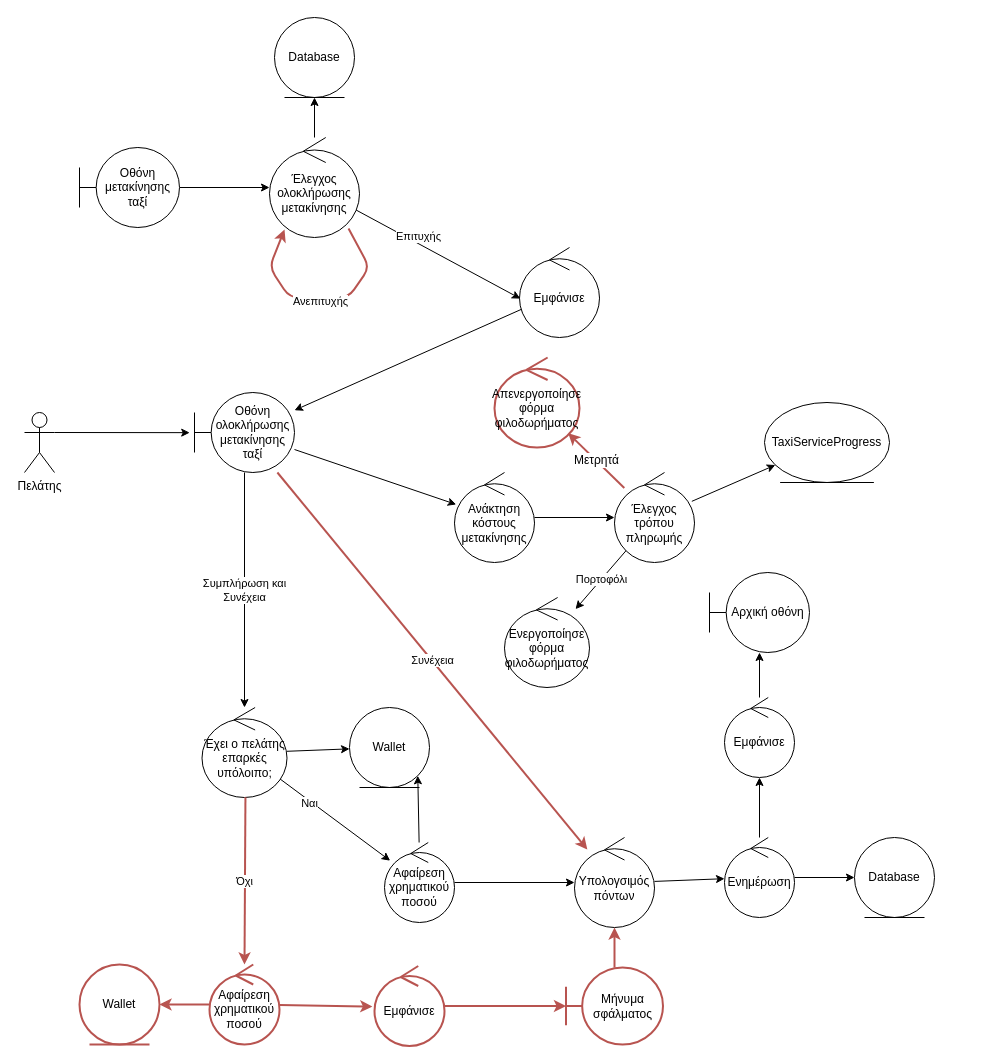
Before: Part_2/Robustness/diagrams/15_Αποβίβαση_ταξί.drawio in Nikolis2002/texnoligia_logismikou, a draw.io diagram. Source tidied: cells renumbered, new cells numbered last; positions are measured from the earlier drawing's top-left corner, leaving out a move shared by most shapes. Both pictures are drawn from the tidied source at 100%, with x=0, y=0 at pixel (24, 17).
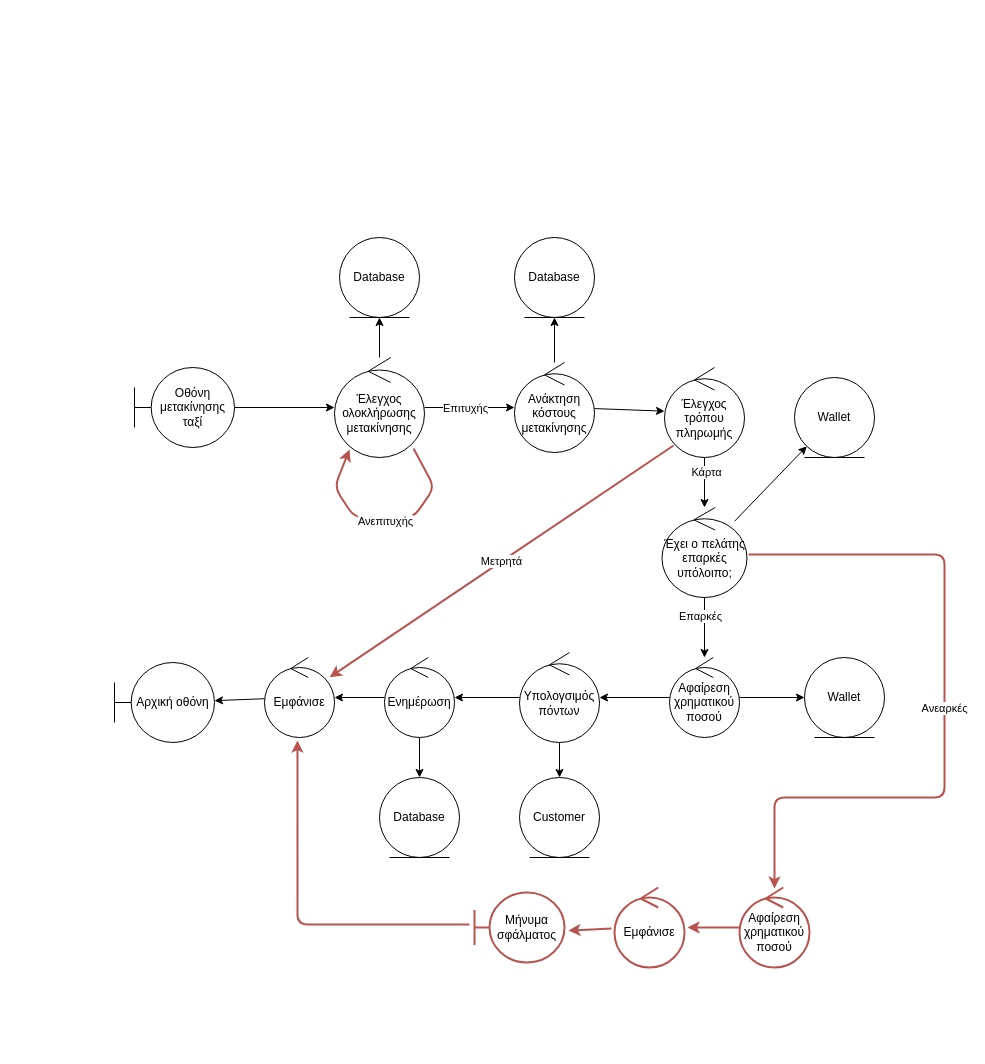
The same diagram, later.

The change refers to these unchanged cells:
```xml
<mxCell id="16" style="edgeStyle=none;html=1;" parent="1" edge="1" source="18" target="22">
  <mxGeometry relative="1" as="geometry" />
</mxCell>
```

What changed in the source:
```diff
@@
     <mxCell id="3" value="Οθόνη μετακίνησης&lt;br&gt;ταξί" style="shape=umlBoundary;whiteSpace=wrap;html=1;" parent="1" vertex="1">
-      <mxGeometry x="55" y="130" width="100" height="80" as="geometry" />
+      <mxGeometry x="110" y="350" width="100" height="80" as="geometry" />
     </mxCell>
@@
-    <mxCell id="5" style="edgeStyle=none;html=1;entryX=0.011;entryY=0.568;entryDx=0;entryDy=0;entryPerimeter=0;" parent="1" edge="1" source="7" target="49">
+    <mxCell id="5" style="edgeStyle=none;html=1;" parent="1" edge="1" source="7" target="10">
       <mxGeometry relative="1" as="geometry" />
     </mxCell>
@@
     <mxCell id="7" value="Έλεγχος ολοκλήρωσης μετακίνησης" style="ellipse;shape=umlControl;whiteSpace=wrap;html=1;" parent="1" vertex="1">
-      <mxGeometry x="245" y="120" width="90" height="100" as="geometry" />
+      <mxGeometry x="310" y="340" width="90" height="100" as="geometry" />
     </mxCell>
     <mxCell id="8" value="Database" style="ellipse;shape=umlEntity;whiteSpace=wrap;html=1;" parent="1" vertex="1">
-      <mxGeometry x="250" width="80" height="80" as="geometry" />
+      <mxGeometry x="315" y="220" width="80" height="80" as="geometry" />
     </mxCell>
+    <mxCell id="54" style="edgeStyle=none;html=1;" parent="1" edge="1" source="10" target="55">
+      <mxGeometry relative="1" as="geometry" />
+    </mxCell>
@@
     <mxCell id="10" value="Ανάκτηση κόστους μετακίνησης" style="ellipse;shape=umlControl;whiteSpace=wrap;html=1;" parent="1" vertex="1">
-      <mxGeometry x="430" y="455" width="80" height="90" as="geometry" />
+      <mxGeometry x="490" y="345" width="80" height="90" as="geometry" />
     </mxCell>
-    <mxCell id="11" value="Πορτοφόλι" style="edgeStyle=none;html=1;" parent="1" edge="1" source="14" target="42">
-      <mxGeometry relative="1" as="geometry" />
-    </mxCell>
-    <mxCell id="12" value="Μετρητά" style="edgeStyle=none;html=1;fontSize=12;fillColor=default;strokeColor=#B85450;strokeWidth=2;" parent="1" edge="1" source="14" target="53">
-      <mxGeometry relative="1" as="geometry" />
-    </mxCell>
-    <mxCell id="13" style="edgeStyle=none;html=1;" parent="1" edge="1" source="14" target="47">
-      <mxGeometry relative="1" as="geometry" />
-    </mxCell>
+    <mxCell id="55" value="Database" style="ellipse;shape=umlEntity;whiteSpace=wrap;html=1;" parent="1" vertex="1">
+      <mxGeometry x="490" y="220" width="80" height="80" as="geometry" />
+    </mxCell>
+    <mxCell id="56" style="edgeStyle=none;html=1;" parent="1" edge="1" source="14" target="18">
+      <mxGeometry relative="1" as="geometry" />
+    </mxCell>
+    <mxCell id="57" value="Κάρτα" style="edgeLabel;html=1;align=center;verticalAlign=middle;" parent="56" vertex="1">
+      <mxGeometry x="-0.44" y="1" relative="1" as="geometry" />
+    </mxCell>
     <mxCell id="14" value="Έλεγχος τρόπου πληρωμής" style="ellipse;shape=umlControl;whiteSpace=wrap;html=1;" parent="1" vertex="1">
-      <mxGeometry x="590" y="455" width="80" height="90" as="geometry" />
+      <mxGeometry x="640" y="350" width="80" height="90" as="geometry" />
     </mxCell>
@@
-    <mxCell id="17" value="Ναι" style="edgeLabel;html=1;align=center;verticalAlign=middle;" parent="16" vertex="1">
+    <mxCell id="17" value="Επαρκές" style="edgeLabel;html=1;align=center;verticalAlign=middle;" parent="16" vertex="1">
       <mxGeometry x="-0.36" y="1" relative="1" as="geometry">
         <mxPoint x="-6" y="-1" as="offset" />
       </mxGeometry>
     </mxCell>
     <mxCell id="18" value="Έχει ο πελάτης επαρκές υπόλοιπο;" style="ellipse;shape=umlControl;whiteSpace=wrap;html=1;" parent="1" vertex="1">
-      <mxGeometry x="177.5" y="690" width="85" height="90" as="geometry" />
+      <mxGeometry x="637.5" y="490" width="85" height="90" as="geometry" />
     </mxCell>
     <mxCell id="19" value="Wallet" style="ellipse;shape=umlEntity;whiteSpace=wrap;html=1;" parent="1" vertex="1">
-      <mxGeometry x="325" y="690" width="80" height="80" as="geometry" />
+      <mxGeometry x="770" y="360" width="80" height="80" as="geometry" />
     </mxCell>
+    <mxCell id="58" style="edgeStyle=none;html=1;" parent="1" edge="1" source="22" target="46">
+      <mxGeometry relative="1" as="geometry" />
+    </mxCell>
@@
-    <mxCell id="21" style="edgeStyle=none;html=1;entryX=1;entryY=1;entryDx=0;entryDy=0;" parent="1" edge="1" source="22" target="19">
-      <mxGeometry relative="1" as="geometry" />
-    </mxCell>
     <mxCell id="22" value="Αφαίρεση χρηματικού ποσού" style="ellipse;shape=umlControl;whiteSpace=wrap;html=1;" parent="1" vertex="1">
-      <mxGeometry x="360" y="825" width="70" height="80" as="geometry" />
+      <mxGeometry x="645" y="640" width="70" height="80" as="geometry" />
     </mxCell>
+    <mxCell id="46" value="Wallet" style="ellipse;shape=umlEntity;whiteSpace=wrap;html=1;" parent="1" vertex="1">
+      <mxGeometry x="780" y="640" width="80" height="80" as="geometry" />
+    </mxCell>
+    <mxCell id="59" style="edgeStyle=none;html=1;" parent="1" edge="1" source="24" target="60">
+      <mxGeometry relative="1" as="geometry" />
+    </mxCell>
@@
     <mxCell id="24" value="Υπολογσιμός πόντων" style="ellipse;shape=umlControl;whiteSpace=wrap;html=1;" parent="1" vertex="1">
-      <mxGeometry x="550" y="820" width="80" height="90" as="geometry" />
+      <mxGeometry x="495" y="635" width="80" height="90" as="geometry" />
     </mxCell>
+    <mxCell id="60" value="Customer" style="ellipse;shape=umlEntity;whiteSpace=wrap;html=1;" parent="1" vertex="1">
+      <mxGeometry x="495" y="760" width="80" height="80" as="geometry" />
+    </mxCell>
@@
     <mxCell id="27" value="Ενημέρωση" style="ellipse;shape=umlControl;whiteSpace=wrap;html=1;" parent="1" vertex="1">
-      <mxGeometry x="700" y="820" width="70" height="80" as="geometry" />
+      <mxGeometry x="360" y="640" width="70" height="80" as="geometry" />
     </mxCell>
     <mxCell id="28" value="Database" style="ellipse;shape=umlEntity;whiteSpace=wrap;html=1;" parent="1" vertex="1">
-      <mxGeometry x="830" y="820" width="80" height="80" as="geometry" />
+      <mxGeometry x="355" y="760" width="80" height="80" as="geometry" />
     </mxCell>
@@
     <mxCell id="30" value="Εμφάνισε" style="ellipse;shape=umlControl;whiteSpace=wrap;html=1;" parent="1" vertex="1">
-      <mxGeometry x="700" y="680" width="70" height="80" as="geometry" />
+      <mxGeometry x="240" y="640" width="70" height="80" as="geometry" />
     </mxCell>
     <mxCell id="31" value="Αρχική οθόνη" style="shape=umlBoundary;whiteSpace=wrap;html=1;" parent="1" vertex="1">
-      <mxGeometry x="685" y="555" width="100" height="80" as="geometry" />
+      <mxGeometry x="90" y="645" width="100" height="80" as="geometry" />
     </mxCell>
     <mxCell id="32" style="edgeStyle=none;html=1;entryX=0.167;entryY=0.92;entryDx=0;entryDy=0;entryPerimeter=0;exitX=0.878;exitY=0.91;exitDx=0;exitDy=0;exitPerimeter=0;strokeColor=#b85450;fillColor=#f8cecc;strokeWidth=2;" parent="1" edge="1" source="7" target="7">
       <mxGeometry relative="1" as="geometry">
         <Array as="points">
-          <mxPoint x="345" y="250" />
-          <mxPoint x="324" y="280" />
-          <mxPoint x="265" y="280" />
-          <mxPoint x="245" y="250" />
+          <mxPoint x="410" y="470" />
+          <mxPoint x="389" y="500" />
+          <mxPoint x="330" y="500" />
+          <mxPoint x="310" y="470" />
         </Array>
       </mxGeometry>
     </mxCell>
@@
+    <mxCell id="12" value="Μετρητά" style="edgeStyle=none;html=1;fillColor=#f8cecc;strokeColor=#b85450;strokeWidth=2;exitX=0.113;exitY=0.867;exitDx=0;exitDy=0;exitPerimeter=0;" parent="1" edge="1" source="14" target="30">
+      <mxGeometry relative="1" as="geometry" />
+    </mxCell>
+    <mxCell id="61" value="Ανεαρκές" style="edgeStyle=none;html=1;fillColor=#f8cecc;strokeColor=#b85450;strokeWidth=2;exitX=1.018;exitY=0.522;exitDx=0;exitDy=0;exitPerimeter=0;entryX=0.5;entryY=0.013;entryDx=0;entryDy=0;entryPerimeter=0;" parent="1" edge="1" source="18" target="36">
+      <mxGeometry relative="1" as="geometry">
+        <Array as="points">
+          <mxPoint x="920" y="537" />
+          <mxPoint x="920" y="780" />
+          <mxPoint x="750" y="780" />
+        </Array>
+      </mxGeometry>
+    </mxCell>
-    <mxCell id="34" style="edgeStyle=none;html=1;strokeColor=#B85450;strokeWidth=2;entryX=-0.031;entryY=0.507;entryDx=0;entryDy=0;entryPerimeter=0;" parent="1" edge="1" source="36" target="41">
+    <mxCell id="34" style="edgeStyle=none;html=1;entryX=1.043;entryY=0.5;entryDx=0;entryDy=0;entryPerimeter=0;strokeColor=#B85450;strokeWidth=2;" parent="1" edge="1" source="36" target="41">
       <mxGeometry relative="1" as="geometry" />
     </mxCell>
-    <mxCell id="35" style="edgeStyle=none;html=1;fontSize=12;fillColor=default;strokeColor=#B85450;strokeWidth=2;" parent="1" edge="1" source="36" target="46">
-      <mxGeometry relative="1" as="geometry" />
-    </mxCell>
     <mxCell id="36" value="Αφαίρεση χρηματικού ποσού" style="ellipse;shape=umlControl;whiteSpace=wrap;html=1;strokeColor=#B85450;strokeWidth=2;" parent="1" vertex="1">
-      <mxGeometry x="185" y="947" width="70" height="80" as="geometry" />
+      <mxGeometry x="715" y="870" width="70" height="80" as="geometry" />
     </mxCell>
+    <mxCell id="39" value="Μήνυμα σφάλματος" style="shape=umlBoundary;whiteSpace=wrap;html=1;fillColor=none;strokeColor=#b85450;strokeWidth=2;" parent="1" vertex="1">
+      <mxGeometry x="450" y="875" width="90" height="70" as="geometry" />
+    </mxCell>
+    <mxCell id="41" value="Εμφάνισε" style="ellipse;shape=umlControl;whiteSpace=wrap;html=1;strokeColor=#B85450;strokeWidth=2;" parent="1" vertex="1">
+      <mxGeometry x="590" y="870" width="70" height="80" as="geometry" />
+    </mxCell>
+    <mxCell id="40" style="edgeStyle=none;html=1;entryX=1.044;entryY=0.543;entryDx=0;entryDy=0;entryPerimeter=0;strokeColor=#B85450;strokeWidth=2;exitX=-0.043;exitY=0.513;exitDx=0;exitDy=0;exitPerimeter=0;" parent="1" edge="1" source="41" target="39">
+      <mxGeometry relative="1" as="geometry" />
+    </mxCell>
-    <mxCell id="37" value="Όχι" style="edgeStyle=none;html=1;strokeColor=#B85450;strokeWidth=2;exitX=0.511;exitY=0.997;exitDx=0;exitDy=0;exitPerimeter=0;" parent="1" edge="1" source="18" target="36">
-      <mxGeometry relative="1" as="geometry" />
+    <mxCell id="37" style="edgeStyle=none;html=1;entryX=0.471;entryY=1.038;entryDx=0;entryDy=0;entryPerimeter=0;strokeColor=#B85450;strokeWidth=2;exitX=-0.056;exitY=0.457;exitDx=0;exitDy=0;exitPerimeter=0;" parent="1" edge="1" source="39" target="30">
+      <mxGeometry relative="1" as="geometry">
+        <Array as="points">
+          <mxPoint x="273" y="907" />
+        </Array>
+      </mxGeometry>
     </mxCell>
-    <mxCell id="38" style="edgeStyle=none;html=1;fontSize=12;fillColor=default;strokeColor=#B85450;strokeWidth=2;" parent="1" edge="1" source="39" target="24">
-      <mxGeometry relative="1" as="geometry" />
-    </mxCell>
-    <mxCell id="39" value="Μήνυμα σφάλματος" style="shape=umlBoundary;whiteSpace=wrap;html=1;fillColor=default;strokeColor=#B85450;strokeWidth=2;" parent="1" vertex="1">
-      <mxGeometry x="541.5" y="950" width="97" height="77" as="geometry" />
-    </mxCell>
-    <mxCell id="40" style="edgeStyle=none;html=1;fontSize=12;fillColor=default;strokeColor=#B85450;strokeWidth=2;" parent="1" edge="1" source="41" target="39">
-      <mxGeometry relative="1" as="geometry" />
-    </mxCell>
-    <mxCell id="41" value="Εμφάνισε" style="ellipse;shape=umlControl;whiteSpace=wrap;html=1;strokeColor=#B85450;strokeWidth=2;" parent="1" vertex="1">
-      <mxGeometry x="350" y="948.5" width="70" height="80" as="geometry" />
-    </mxCell>
-    <mxCell id="42" value="Ενεργοποίησε φόρμα φιλοδωρήματος" style="ellipse;shape=umlControl;whiteSpace=wrap;html=1;" parent="1" vertex="1">
-      <mxGeometry x="480" y="580" width="85" height="90" as="geometry" />
-    </mxCell>
-    <mxCell id="43" value="Συμπλήρωση και&lt;br&gt;Συνέχεια" style="edgeStyle=none;html=1;" parent="1" edge="1" source="52" target="18">
-      <mxGeometry relative="1" as="geometry" />
-    </mxCell>
-    <mxCell id="44" style="edgeStyle=none;html=1;exitX=1;exitY=0.3333333333333333;exitDx=0;exitDy=0;exitPerimeter=0;entryX=-0.048;entryY=0.502;entryDx=0;entryDy=0;entryPerimeter=0;" parent="1" edge="1" source="45" target="52">
-      <mxGeometry relative="1" as="geometry" />
-    </mxCell>
-    <mxCell id="45" value="Πελάτης" style="shape=umlActor;verticalLabelPosition=bottom;verticalAlign=top;html=1;" parent="1" vertex="1">
-      <mxGeometry y="395" width="30" height="60" as="geometry" />
-    </mxCell>
-    <mxCell id="46" value="Wallet" style="ellipse;shape=umlEntity;whiteSpace=wrap;html=1;strokeColor=#B85450;strokeWidth=2;" parent="1" vertex="1">
-      <mxGeometry x="55" y="947" width="80" height="80" as="geometry" />
-    </mxCell>
-    <mxCell id="47" value="TaxiServiceProgress" style="ellipse;shape=umlEntity;whiteSpace=wrap;html=1;" parent="1" vertex="1">
-      <mxGeometry x="740" y="385" width="125" height="80" as="geometry" />
-    </mxCell>
-    <mxCell id="48" style="edgeStyle=none;html=1;" parent="1" edge="1" source="49" target="52">
-      <mxGeometry relative="1" as="geometry" />
-    </mxCell>
-    <mxCell id="49" value="Εμφάνισε" style="ellipse;shape=umlControl;whiteSpace=wrap;html=1;" parent="1" vertex="1">
-      <mxGeometry x="495" y="230" width="80" height="90" as="geometry" />
-    </mxCell>
-    <mxCell id="50" style="edgeStyle=none;html=1;" parent="1" edge="1" source="52" target="10">
-      <mxGeometry relative="1" as="geometry" />
-    </mxCell>
-    <mxCell id="51" value="Συνέχεια" style="edgeStyle=none;html=1;strokeColor=#b85450;fillColor=#f8cecc;strokeWidth=2;" parent="1" edge="1" source="52" target="24">
-      <mxGeometry relative="1" as="geometry" />
-    </mxCell>
-    <mxCell id="52" value="Οθόνη ολοκλήρωσης μετακίνησης ταξί" style="shape=umlBoundary;whiteSpace=wrap;html=1;" parent="1" vertex="1">
-      <mxGeometry x="170" y="375" width="100" height="80" as="geometry" />
-    </mxCell>
-    <mxCell id="53" value="Απενεργοποίησε&lt;br&gt;φόρμα φιλοδωρήματος" style="ellipse;shape=umlControl;whiteSpace=wrap;html=1;strokeColor=#B85450;strokeWidth=2;" parent="1" vertex="1">
-      <mxGeometry x="470" y="340" width="85" height="90" as="geometry" />
-    </mxCell>
```
